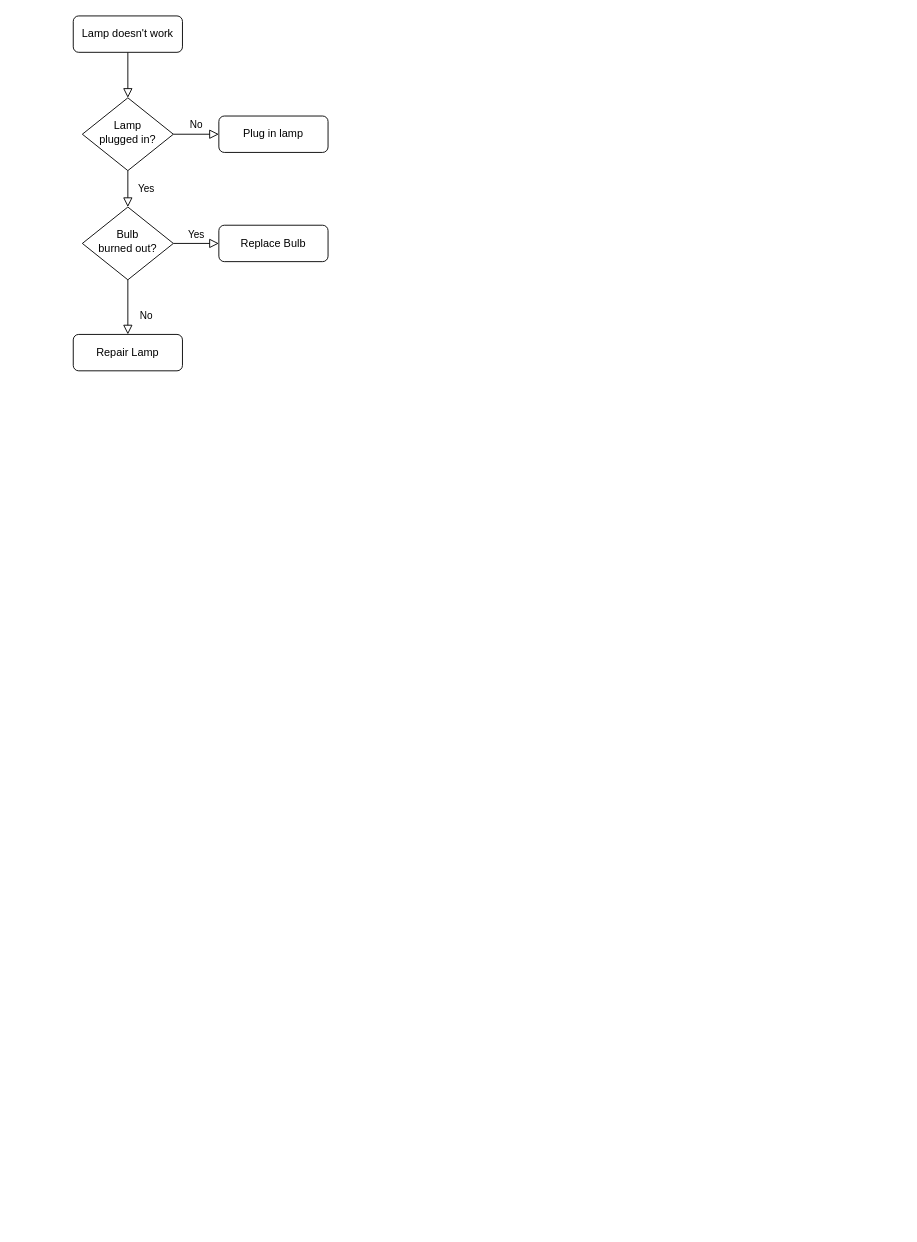
Before: 未命名绘图.drawio in chenxiaochuan72/draw, a draw.io diagram. Source tidied: cells renumbered, new cells numbered last; positions are measured from the earlier drawing's top-left corner, leaving out a move shared by most shapes. Both pictures are drawn from the tidied source at 91%, with x=0, y=0 at pixel (73, 15).
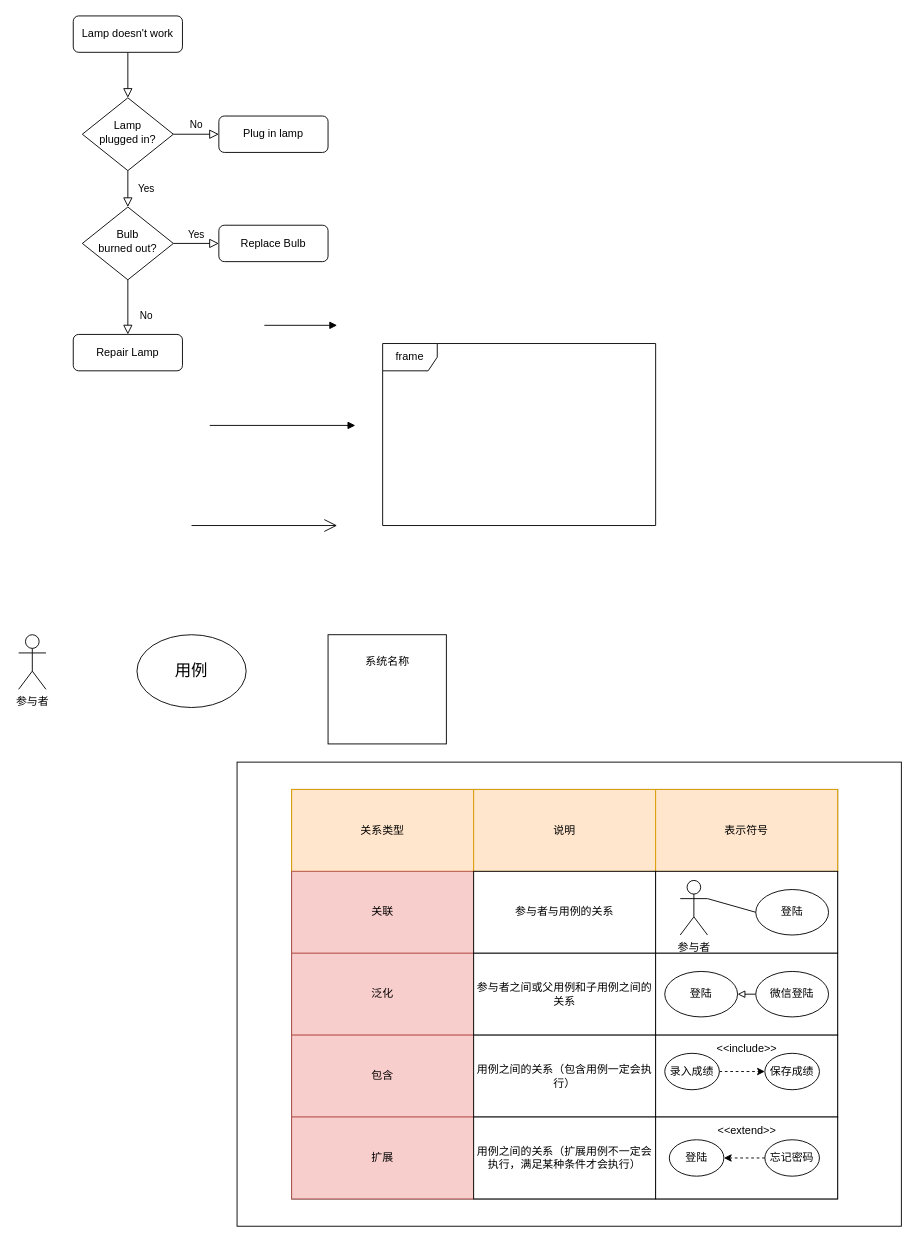
The same page after the edit.

Commit message:
更新未命名绘图.drawio

Change to the diagram source:
```diff
@@
+    <mxCell id="13" style="rounded=0;whiteSpace=wrap;html=1;" parent="1" vertex="1">
+      <mxGeometry x="180" y="820" width="730" height="510" as="geometry" />
+    </mxCell>
@@
+    <mxCell id="14" style="html=1;verticalAlign=bottom;endArrow=block;curved=0;rounded=0;" parent="1" edge="1">
+      <mxGeometry relative="1" as="geometry">
+        <mxPoint x="210" y="340" as="sourcePoint" />
+        <mxPoint x="290" y="340" as="targetPoint" />
+      </mxGeometry>
+    </mxCell>
+    <mxCell id="15" style="endArrow=block;endFill=1;html=1;edgeStyle=orthogonalEdgeStyle;align=left;verticalAlign=top;rounded=0;" parent="1" edge="1">
+      <mxGeometry x="-1" relative="1" as="geometry">
+        <mxPoint x="150" y="450" as="sourcePoint" />
+        <mxPoint x="310" y="450" as="targetPoint" />
+      </mxGeometry>
+    </mxCell>
+    <mxCell id="16" style="endArrow=open;endFill=1;endSize=12;html=1;rounded=0;" parent="1" edge="1">
+      <mxGeometry relative="1" as="geometry">
+        <mxPoint x="130" y="560" as="sourcePoint" />
+        <mxPoint x="290" y="560" as="targetPoint" />
+      </mxGeometry>
+    </mxCell>
+    <mxCell id="17" value="frame" style="shape=umlFrame;whiteSpace=wrap;html=1;" parent="1" vertex="1">
+      <mxGeometry x="340" y="360" width="300" height="200" as="geometry" />
+    </mxCell>
+    <mxCell id="18" value="参与者" style="shape=umlActor;verticalLabelPosition=bottom;verticalAlign=top;html=1;" parent="1" vertex="1">
+      <mxGeometry x="-60" y="680" width="30" height="60" as="geometry" />
+    </mxCell>
+    <mxCell id="19" value="用例" style="ellipse;whiteSpace=wrap;html=1;fontSize=18;" parent="1" vertex="1">
+      <mxGeometry x="70" y="680" width="120" height="80" as="geometry" />
+    </mxCell>
+    <mxCell id="20" style="rounded=0;whiteSpace=wrap;html=1;" parent="1" vertex="1">
+      <mxGeometry x="280" y="680" width="130" height="120" as="geometry" />
+    </mxCell>
+    <mxCell id="21" value="系统名称" style="text;html=1;align=center;verticalAlign=middle;strokeColor=none;fillColor=none;" parent="1" vertex="1">
+      <mxGeometry x="310" y="695" width="70" height="30" as="geometry" />
+    </mxCell>
+    <mxCell id="22" style="rounded=0;whiteSpace=wrap;html=1;" parent="1" vertex="1">
+      <mxGeometry x="240" y="850" width="600" height="450" as="geometry" />
+    </mxCell>
+    <mxCell id="23" style="rounded=0;whiteSpace=wrap;html=1;fillColor=#ffe6cc;strokeColor=#d79b00;" parent="1" vertex="1">
+      <mxGeometry x="240" y="850" width="600" height="90" as="geometry" />
+    </mxCell>
+    <mxCell id="24" value="关系类型" style="rounded=0;whiteSpace=wrap;html=1;fillColor=#ffe6cc;strokeColor=#d79b00;" parent="1" vertex="1">
+      <mxGeometry x="240" y="850" width="200" height="90" as="geometry" />
+    </mxCell>
+    <mxCell id="25" value="说明" style="rounded=0;whiteSpace=wrap;html=1;fillColor=#ffe6cc;strokeColor=#d79b00;" parent="1" vertex="1">
+      <mxGeometry x="440" y="850" width="200" height="90" as="geometry" />
+    </mxCell>
+    <mxCell id="26" value="关联" style="rounded=0;whiteSpace=wrap;html=1;fillColor=#f8cecc;strokeColor=#b85450;" parent="1" vertex="1">
+      <mxGeometry x="240" y="940" width="200" height="90" as="geometry" />
+    </mxCell>
+    <mxCell id="27" value="泛化" style="rounded=0;whiteSpace=wrap;html=1;fillColor=#f8cecc;strokeColor=#b85450;" parent="1" vertex="1">
+      <mxGeometry x="240" y="1030" width="200" height="90" as="geometry" />
+    </mxCell>
+    <mxCell id="28" value="包含" style="rounded=0;whiteSpace=wrap;html=1;fillColor=#f8cecc;strokeColor=#b85450;" parent="1" vertex="1">
+      <mxGeometry x="240" y="1120" width="200" height="90" as="geometry" />
+    </mxCell>
+    <mxCell id="29" value="扩展" style="rounded=0;whiteSpace=wrap;html=1;fillColor=#f8cecc;strokeColor=#b85450;" parent="1" vertex="1">
+      <mxGeometry x="240" y="1210" width="200" height="90" as="geometry" />
+    </mxCell>
+    <mxCell id="30" value="表示符号" style="rounded=0;whiteSpace=wrap;html=1;fillColor=#ffe6cc;strokeColor=#d79b00;" parent="1" vertex="1">
+      <mxGeometry x="640" y="850" width="200" height="90" as="geometry" />
+    </mxCell>
+    <mxCell id="31" value="参与者与用例的关系" style="rounded=0;whiteSpace=wrap;html=1;" parent="1" vertex="1">
+      <mxGeometry x="440" y="940" width="200" height="90" as="geometry" />
+    </mxCell>
+    <mxCell id="32" style="rounded=0;whiteSpace=wrap;html=1;" parent="1" vertex="1">
+      <mxGeometry x="640" y="940" width="200" height="90" as="geometry" />
+    </mxCell>
+    <mxCell id="33" value="参与者之间或父用例和子用例之间的关系" style="rounded=0;whiteSpace=wrap;html=1;" parent="1" vertex="1">
+      <mxGeometry x="440" y="1030" width="200" height="90" as="geometry" />
+    </mxCell>
+    <mxCell id="34" style="rounded=0;whiteSpace=wrap;html=1;" parent="1" vertex="1">
+      <mxGeometry x="640" y="1030" width="200" height="90" as="geometry" />
+    </mxCell>
+    <mxCell id="35" value="用例之间的关系（包含用例一定会执行）" style="rounded=0;whiteSpace=wrap;html=1;" parent="1" vertex="1">
+      <mxGeometry x="440" y="1120" width="200" height="90" as="geometry" />
+    </mxCell>
+    <mxCell id="36" style="rounded=0;whiteSpace=wrap;html=1;" parent="1" vertex="1">
+      <mxGeometry x="640" y="1120" width="200" height="90" as="geometry" />
+    </mxCell>
+    <mxCell id="37" value="用例之间的关系（扩展用例不一定会执行，满足某种条件才会执行）" style="rounded=0;whiteSpace=wrap;html=1;" parent="1" vertex="1">
+      <mxGeometry x="440" y="1210" width="200" height="90" as="geometry" />
+    </mxCell>
+    <mxCell id="38" style="rounded=0;whiteSpace=wrap;html=1;" parent="1" vertex="1">
+      <mxGeometry x="640" y="1210" width="200" height="90" as="geometry" />
+    </mxCell>
+    <mxCell id="39" value="参与者" style="shape=umlActor;verticalLabelPosition=bottom;verticalAlign=top;html=1;" parent="1" vertex="1">
+      <mxGeometry x="667" y="950" width="30" height="60" as="geometry" />
+    </mxCell>
+    <mxCell id="40" value="登陆" style="ellipse;whiteSpace=wrap;html=1;" parent="1" vertex="1">
+      <mxGeometry x="750" y="960" width="80" height="50" as="geometry" />
+    </mxCell>
+    <mxCell id="41" style="rounded=0;jettySize=auto;html=1;exitX=0;exitY=0.5;exitDx=0;exitDy=0;entryX=1;entryY=0.3333333333333333;entryDx=0;entryDy=0;entryPerimeter=0;endArrow=none;endFill=0;" parent="1" edge="1" source="40" target="39">
+      <mxGeometry relative="1" as="geometry" />
+    </mxCell>
+    <mxCell id="42" value="登陆" style="ellipse;whiteSpace=wrap;html=1;" parent="1" vertex="1">
+      <mxGeometry x="650" y="1050" width="80" height="50" as="geometry" />
+    </mxCell>
+    <mxCell id="43" style="edgeStyle=orthogonalEdgeStyle;rounded=0;jettySize=auto;html=1;exitX=0;exitY=0.5;exitDx=0;exitDy=0;entryX=1;entryY=0.5;entryDx=0;entryDy=0;endArrow=block;endFill=0;" parent="1" edge="1" source="44" target="42">
+      <mxGeometry relative="1" as="geometry" />
+    </mxCell>
+    <mxCell id="44" value="微信登陆" style="ellipse;whiteSpace=wrap;html=1;" parent="1" vertex="1">
+      <mxGeometry x="750" y="1050" width="80" height="50" as="geometry" />
+    </mxCell>
+    <mxCell id="45" style="edgeStyle=orthogonalEdgeStyle;rounded=0;jettySize=auto;html=1;exitX=1;exitY=0.5;exitDx=0;exitDy=0;entryX=0;entryY=0.5;entryDx=0;entryDy=0;dashed=1;endArrow=classic;endFill=1;" parent="1" edge="1" source="46" target="47">
+      <mxGeometry relative="1" as="geometry" />
+    </mxCell>
+    <mxCell id="46" value="录入成绩" style="ellipse;whiteSpace=wrap;html=1;" parent="1" vertex="1">
+      <mxGeometry x="650" y="1140" width="60" height="40" as="geometry" />
+    </mxCell>
+    <mxCell id="47" value="保存成绩" style="ellipse;whiteSpace=wrap;html=1;" parent="1" vertex="1">
+      <mxGeometry x="760" y="1140" width="60" height="40" as="geometry" />
+    </mxCell>
+    <mxCell id="48" value="&amp;lt;&amp;lt;include&amp;gt;&amp;gt;" style="text;html=1;align=center;verticalAlign=middle;strokeColor=none;fillColor=none;" parent="1" vertex="1">
+      <mxGeometry x="695" y="1120" width="90" height="30" as="geometry" />
+    </mxCell>
+    <mxCell id="49" value="登陆" style="ellipse;whiteSpace=wrap;html=1;" parent="1" vertex="1">
+      <mxGeometry x="655" y="1235" width="60" height="40" as="geometry" />
+    </mxCell>
+    <mxCell id="50" style="edgeStyle=orthogonalEdgeStyle;rounded=0;jettySize=auto;html=1;exitX=0;exitY=0.5;exitDx=0;exitDy=0;entryX=1;entryY=0.5;entryDx=0;entryDy=0;endArrow=classic;endFill=1;dashed=1;" parent="1" edge="1" source="51" target="49">
+      <mxGeometry relative="1" as="geometry" />
+    </mxCell>
+    <mxCell id="51" value="忘记密码" style="ellipse;whiteSpace=wrap;html=1;" parent="1" vertex="1">
+      <mxGeometry x="760" y="1235" width="60" height="40" as="geometry" />
+    </mxCell>
+    <mxCell id="52" value="&amp;lt;&amp;lt;extend&amp;gt;&amp;gt;" style="text;html=1;align=center;verticalAlign=middle;strokeColor=none;fillColor=none;" parent="1" vertex="1">
+      <mxGeometry x="695" y="1210" width="90" height="30" as="geometry" />
+    </mxCell>
```
